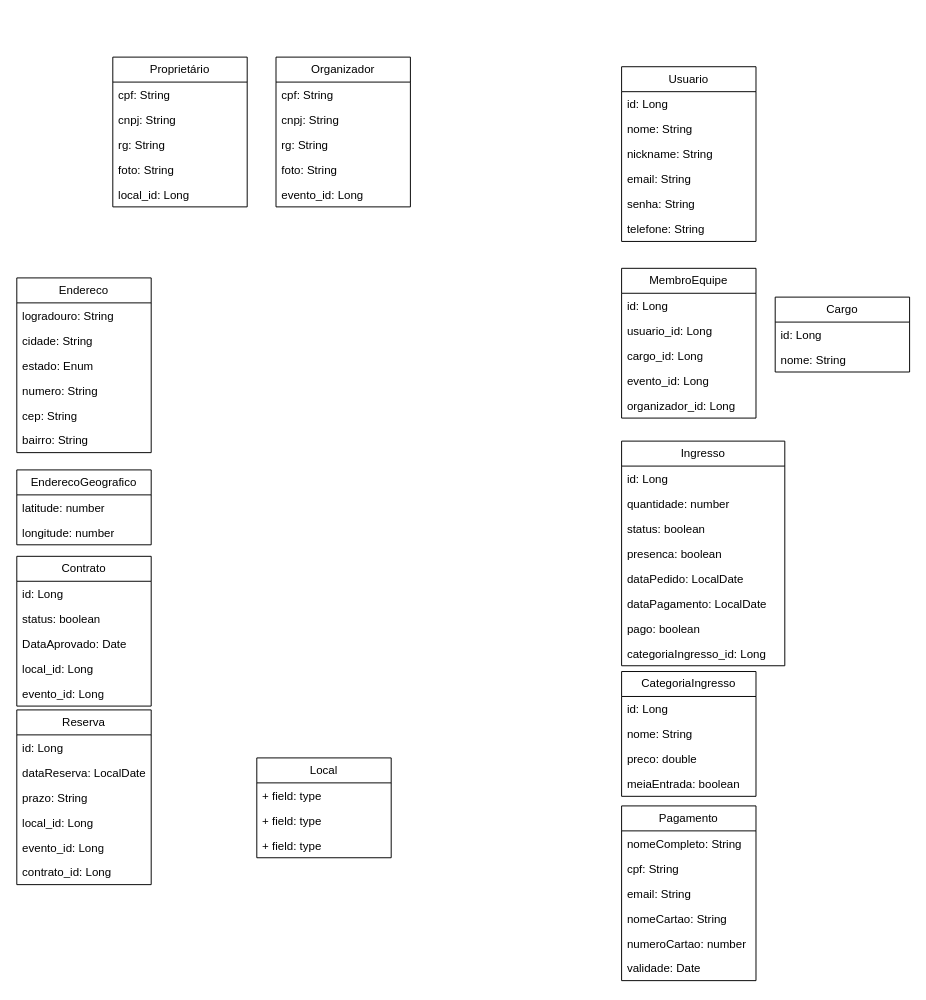
This is DiagramaDeClassesPokando.drawio from ChumeLabs-Pokando/Pokando, a draw.io file, before an edit. Source tidied: cells renumbered, new cells numbered last; positions are measured from the earlier drawing's top-left corner, leaving out a move shared by most shapes. Both pictures are drawn from the tidied source at 96%, with x=0, y=0 at pixel (16, 57).
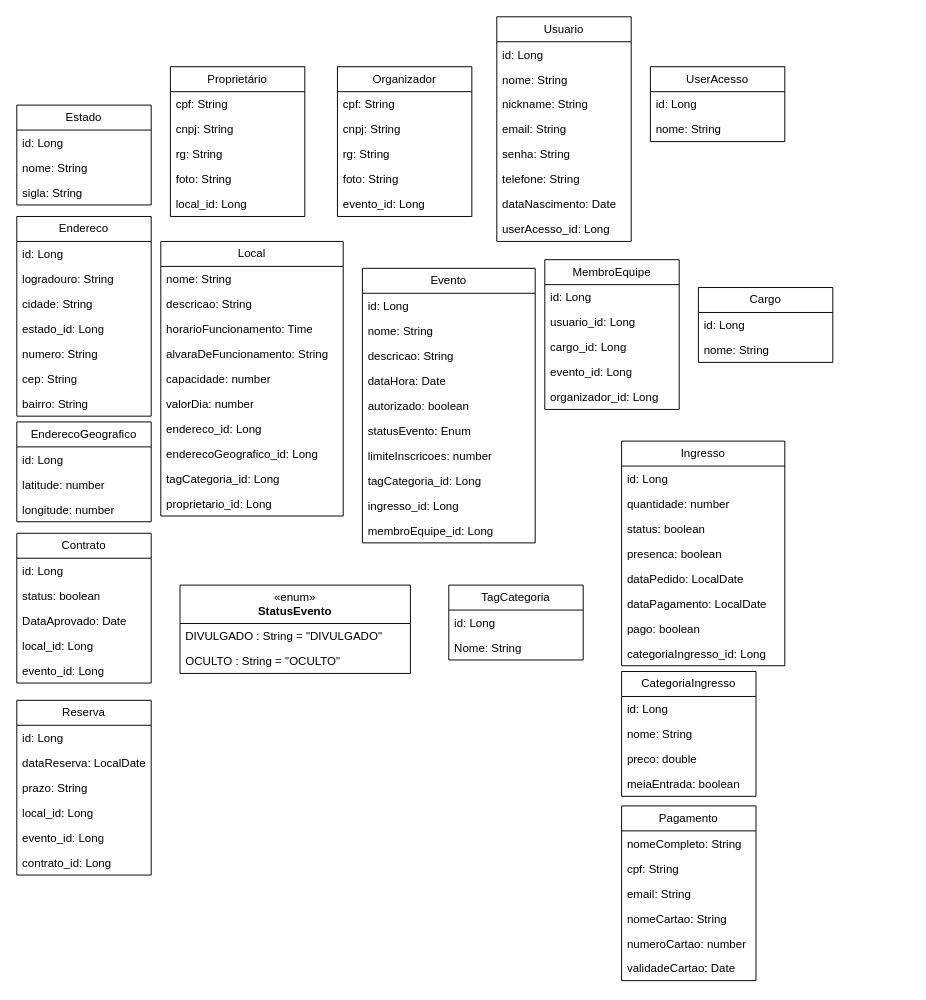
After the change.

Commit message:
Diagrama de Classes - Tabelas completas

The change refers to these unchanged cells:
```xml
<mxCell id="54" value="Pagamento" style="swimlane;fontStyle=0;horizontal=1;startSize=26;fillColor=none;whiteSpace=wrap;html=1;" parent="1" vertex="1">
  <mxGeometry x="630" y="780" width="140" height="182" as="geometry" />
</mxCell>
```

Change to the diagram source:
```diff
@@
     <mxCell id="2" value="Usuario" style="swimlane;fontStyle=0;horizontal=1;startSize=26;fillColor=none;whiteSpace=wrap;html=1;" parent="1" vertex="1">
-      <mxGeometry x="630" y="10" width="140" height="182" as="geometry" />
+      <mxGeometry x="500" y="-42" width="140" height="234" as="geometry" />
     </mxCell>
@@
+    <mxCell id="78" value="dataNascimento: Date" style="text;strokeColor=none;fillColor=none;align=left;verticalAlign=top;spacingLeft=4;spacingRight=4;overflow=hidden;whiteSpace=wrap;html=1;" parent="2" vertex="1">
+      <mxGeometry y="182" width="140" height="26" as="geometry" />
+    </mxCell>
+    <mxCell id="79" value="userAcesso_id: Long" style="text;strokeColor=none;fillColor=none;align=left;verticalAlign=top;spacingLeft=4;spacingRight=4;overflow=hidden;whiteSpace=wrap;html=1;" parent="2" vertex="1">
+      <mxGeometry y="208" width="140" height="26" as="geometry" />
+    </mxCell>
     <mxCell id="9" value="Proprietário" style="swimlane;fontStyle=0;horizontal=1;startSize=26;fillColor=none;whiteSpace=wrap;html=1;" parent="1" vertex="1">
-      <mxGeometry x="100" width="140" height="156" as="geometry" />
+      <mxGeometry x="160" y="10" width="140" height="156" as="geometry" />
     </mxCell>
@@
     <mxCell id="15" value="Organizador" style="swimlane;fontStyle=0;horizontal=1;startSize=26;fillColor=none;whiteSpace=wrap;html=1;" parent="1" vertex="1">
-      <mxGeometry x="270" width="140" height="156" as="geometry" />
+      <mxGeometry x="334" y="10" width="140" height="156" as="geometry" />
     </mxCell>
@@
     <mxCell id="21" value="Endereco" style="swimlane;fontStyle=0;horizontal=1;startSize=26;fillColor=none;whiteSpace=wrap;html=1;" parent="1" vertex="1">
-      <mxGeometry y="230" width="140" height="182" as="geometry" />
+      <mxGeometry y="166" width="140" height="208" as="geometry" />
     </mxCell>
+    <mxCell id="80" value="id: Long" style="text;strokeColor=none;fillColor=none;align=left;verticalAlign=top;spacingLeft=4;spacingRight=4;overflow=hidden;whiteSpace=wrap;html=1;" parent="21" vertex="1">
+      <mxGeometry y="26" width="140" height="26" as="geometry" />
+    </mxCell>
     <mxCell id="22" value="logradouro: String" style="text;strokeColor=none;fillColor=none;align=left;verticalAlign=top;spacingLeft=4;spacingRight=4;overflow=hidden;whiteSpace=wrap;html=1;" parent="21" vertex="1">
-      <mxGeometry y="26" width="140" height="26" as="geometry" />
+      <mxGeometry y="52" width="140" height="26" as="geometry" />
     </mxCell>
     <mxCell id="23" value="cidade: String" style="text;strokeColor=none;fillColor=none;align=left;verticalAlign=top;spacingLeft=4;spacingRight=4;overflow=hidden;whiteSpace=wrap;html=1;" parent="21" vertex="1">
-      <mxGeometry y="52" width="140" height="26" as="geometry" />
+      <mxGeometry y="78" width="140" height="26" as="geometry" />
     </mxCell>
-    <mxCell id="24" value="estado: Enum" style="text;strokeColor=none;fillColor=none;align=left;verticalAlign=top;spacingLeft=4;spacingRight=4;overflow=hidden;whiteSpace=wrap;html=1;" parent="21" vertex="1">
-      <mxGeometry y="78" width="140" height="26" as="geometry" />
+    <mxCell id="24" value="estado_id: Long" style="text;strokeColor=none;fillColor=none;align=left;verticalAlign=top;spacingLeft=4;spacingRight=4;overflow=hidden;whiteSpace=wrap;html=1;" parent="21" vertex="1">
+      <mxGeometry y="104" width="140" height="26" as="geometry" />
     </mxCell>
     <mxCell id="25" value="numero: String" style="text;strokeColor=none;fillColor=none;align=left;verticalAlign=top;spacingLeft=4;spacingRight=4;overflow=hidden;whiteSpace=wrap;html=1;" parent="21" vertex="1">
-      <mxGeometry y="104" width="140" height="26" as="geometry" />
+      <mxGeometry y="130" width="140" height="26" as="geometry" />
     </mxCell>
     <mxCell id="26" value="cep: String" style="text;strokeColor=none;fillColor=none;align=left;verticalAlign=top;spacingLeft=4;spacingRight=4;overflow=hidden;whiteSpace=wrap;html=1;" parent="21" vertex="1">
-      <mxGeometry y="130" width="140" height="26" as="geometry" />
+      <mxGeometry y="156" width="140" height="26" as="geometry" />
     </mxCell>
     <mxCell id="27" value="bairro: String" style="text;strokeColor=none;fillColor=none;align=left;verticalAlign=top;spacingLeft=4;spacingRight=4;overflow=hidden;whiteSpace=wrap;html=1;" parent="21" vertex="1">
-      <mxGeometry y="156" width="140" height="26" as="geometry" />
+      <mxGeometry y="182" width="140" height="26" as="geometry" />
     </mxCell>
     <mxCell id="28" value="EnderecoGeografico" style="swimlane;fontStyle=0;horizontal=1;startSize=26;fillColor=none;whiteSpace=wrap;html=1;" parent="1" vertex="1">
-      <mxGeometry y="430" width="140" height="78" as="geometry" />
+      <mxGeometry y="380" width="140" height="104" as="geometry" />
     </mxCell>
+    <mxCell id="81" value="id: Long" style="text;strokeColor=none;fillColor=none;align=left;verticalAlign=top;spacingLeft=4;spacingRight=4;overflow=hidden;whiteSpace=wrap;html=1;" parent="28" vertex="1">
+      <mxGeometry y="26" width="140" height="26" as="geometry" />
+    </mxCell>
     <mxCell id="29" value="latitude: number" style="text;strokeColor=none;fillColor=none;align=left;verticalAlign=top;spacingLeft=4;spacingRight=4;overflow=hidden;whiteSpace=wrap;html=1;" parent="28" vertex="1">
-      <mxGeometry y="26" width="140" height="26" as="geometry" />
+      <mxGeometry y="52" width="140" height="26" as="geometry" />
     </mxCell>
     <mxCell id="30" value="longitude: number" style="text;strokeColor=none;fillColor=none;align=left;verticalAlign=top;spacingLeft=4;spacingRight=4;overflow=hidden;whiteSpace=wrap;html=1;" parent="28" vertex="1">
-      <mxGeometry y="52" width="140" height="26" as="geometry" />
+      <mxGeometry y="78" width="140" height="26" as="geometry" />
     </mxCell>
     <mxCell id="31" value="MembroEquipe" style="swimlane;fontStyle=0;horizontal=1;startSize=26;fillColor=none;whiteSpace=wrap;html=1;" parent="1" vertex="1">
-      <mxGeometry x="630" y="220" width="140" height="156" as="geometry" />
+      <mxGeometry x="550" y="211" width="140" height="156" as="geometry" />
     </mxCell>
@@
     <mxCell id="37" value="Cargo" style="swimlane;fontStyle=0;horizontal=1;startSize=26;fillColor=none;whiteSpace=wrap;html=1;" parent="1" vertex="1">
-      <mxGeometry x="790" y="250" width="140" height="78" as="geometry" />
+      <mxGeometry x="710" y="240" width="140" height="78" as="geometry" />
     </mxCell>
@@
-    <mxCell id="60" value="validade: Date" style="text;strokeColor=none;fillColor=none;align=left;verticalAlign=top;spacingLeft=4;spacingRight=4;overflow=hidden;whiteSpace=wrap;html=1;" parent="54" vertex="1">
+    <mxCell id="60" value="validadeCartao: Date" style="text;strokeColor=none;fillColor=none;align=left;verticalAlign=top;spacingLeft=4;spacingRight=4;overflow=hidden;whiteSpace=wrap;html=1;" parent="54" vertex="1">
       <mxGeometry y="156" width="140" height="26" as="geometry" />
     </mxCell>
     <mxCell id="61" value="Contrato" style="swimlane;fontStyle=0;horizontal=1;startSize=26;fillColor=none;whiteSpace=wrap;html=1;" parent="1" vertex="1">
-      <mxGeometry y="520" width="140" height="156" as="geometry" />
+      <mxGeometry y="496" width="140" height="156" as="geometry" />
     </mxCell>
@@
     <mxCell id="67" value="Reserva" style="swimlane;fontStyle=0;horizontal=1;startSize=26;fillColor=none;whiteSpace=wrap;html=1;" parent="1" vertex="1">
-      <mxGeometry y="680" width="140" height="182" as="geometry" />
+      <mxGeometry y="670" width="140" height="182" as="geometry" />
     </mxCell>
@@
-    <mxCell id="74" value="Local" style="swimlane;fontStyle=0;horizontal=1;startSize=26;fillColor=none;whiteSpace=wrap;html=1;" parent="1" vertex="1">
-      <mxGeometry x="250" y="730" width="140" height="104" as="geometry" />
+    <mxCell id="74" value="Evento" style="swimlane;fontStyle=0;horizontal=1;startSize=26;fillColor=none;whiteSpace=wrap;html=1;" parent="1" vertex="1">
+      <mxGeometry x="360" y="220" width="180" height="286" as="geometry" />
     </mxCell>
+    <mxCell id="76" value="id: Long" style="text;strokeColor=none;fillColor=none;align=left;verticalAlign=top;spacingLeft=4;spacingRight=4;overflow=hidden;whiteSpace=wrap;html=1;" parent="74" vertex="1">
+      <mxGeometry y="26" width="180" height="26" as="geometry" />
+    </mxCell>
-    <mxCell id="75" value="+ field: type" style="text;strokeColor=none;fillColor=none;align=left;verticalAlign=top;spacingLeft=4;spacingRight=4;overflow=hidden;whiteSpace=wrap;html=1;" parent="74" vertex="1">
-      <mxGeometry y="26" width="140" height="26" as="geometry" />
+    <mxCell id="75" value="nome: String" style="text;strokeColor=none;fillColor=none;align=left;verticalAlign=top;spacingLeft=4;spacingRight=4;overflow=hidden;whiteSpace=wrap;html=1;" parent="74" vertex="1">
+      <mxGeometry y="52" width="180" height="26" as="geometry" />
     </mxCell>
-    <mxCell id="76" value="+ field: type" style="text;strokeColor=none;fillColor=none;align=left;verticalAlign=top;spacingLeft=4;spacingRight=4;overflow=hidden;whiteSpace=wrap;html=1;" parent="74" vertex="1">
-      <mxGeometry y="52" width="140" height="26" as="geometry" />
-    </mxCell>
-    <mxCell id="77" value="+ field: type" style="text;strokeColor=none;fillColor=none;align=left;verticalAlign=top;spacingLeft=4;spacingRight=4;overflow=hidden;whiteSpace=wrap;html=1;" parent="74" vertex="1">
-      <mxGeometry y="78" width="140" height="26" as="geometry" />
+    <mxCell id="77" value="descricao: String&lt;div&gt;&lt;br&gt;&lt;/div&gt;" style="text;strokeColor=none;fillColor=none;align=left;verticalAlign=top;spacingLeft=4;spacingRight=4;overflow=hidden;whiteSpace=wrap;html=1;" parent="74" vertex="1">
+      <mxGeometry y="78" width="180" height="26" as="geometry" />
     </mxCell>
+    <mxCell id="82" value="&lt;div&gt;dataHora: Date&lt;/div&gt;" style="text;strokeColor=none;fillColor=none;align=left;verticalAlign=top;spacingLeft=4;spacingRight=4;overflow=hidden;whiteSpace=wrap;html=1;" parent="74" vertex="1">
+      <mxGeometry y="104" width="180" height="26" as="geometry" />
+    </mxCell>
+    <mxCell id="83" value="&lt;div&gt;autorizado: boolean&lt;/div&gt;" style="text;strokeColor=none;fillColor=none;align=left;verticalAlign=top;spacingLeft=4;spacingRight=4;overflow=hidden;whiteSpace=wrap;html=1;" parent="74" vertex="1">
+      <mxGeometry y="130" width="180" height="26" as="geometry" />
+    </mxCell>
+    <mxCell id="84" value="&lt;div&gt;statusEvento: Enum&lt;/div&gt;" style="text;strokeColor=none;fillColor=none;align=left;verticalAlign=top;spacingLeft=4;spacingRight=4;overflow=hidden;whiteSpace=wrap;html=1;" parent="74" vertex="1">
+      <mxGeometry y="156" width="180" height="26" as="geometry" />
+    </mxCell>
+    <mxCell id="85" value="limiteInscricoes: number" style="text;strokeColor=none;fillColor=none;align=left;verticalAlign=top;spacingLeft=4;spacingRight=4;overflow=hidden;whiteSpace=wrap;html=1;" parent="74" vertex="1">
+      <mxGeometry y="182" width="180" height="26" as="geometry" />
+    </mxCell>
+    <mxCell id="86" value="tagCategoria_id: Long&lt;div&gt;&lt;br&gt;&lt;/div&gt;" style="text;strokeColor=none;fillColor=none;align=left;verticalAlign=top;spacingLeft=4;spacingRight=4;overflow=hidden;whiteSpace=wrap;html=1;" parent="74" vertex="1">
+      <mxGeometry y="208" width="180" height="26" as="geometry" />
+    </mxCell>
+    <mxCell id="87" value="&lt;div&gt;ingresso_id: Long&lt;/div&gt;" style="text;strokeColor=none;fillColor=none;align=left;verticalAlign=top;spacingLeft=4;spacingRight=4;overflow=hidden;whiteSpace=wrap;html=1;" parent="74" vertex="1">
+      <mxGeometry y="234" width="180" height="26" as="geometry" />
+    </mxCell>
+    <mxCell id="88" value="&lt;div&gt;membroEquipe_id: Long&lt;/div&gt;" style="text;strokeColor=none;fillColor=none;align=left;verticalAlign=top;spacingLeft=4;spacingRight=4;overflow=hidden;whiteSpace=wrap;html=1;" parent="74" vertex="1">
+      <mxGeometry y="260" width="180" height="26" as="geometry" />
+    </mxCell>
+    <mxCell id="89" value="Local" style="swimlane;fontStyle=0;horizontal=1;startSize=26;fillColor=none;whiteSpace=wrap;html=1;" parent="1" vertex="1">
+      <mxGeometry x="150" y="192" width="190" height="286" as="geometry" />
+    </mxCell>
+    <mxCell id="90" value="nome: String" style="text;strokeColor=none;fillColor=none;align=left;verticalAlign=top;spacingLeft=4;spacingRight=4;overflow=hidden;whiteSpace=wrap;html=1;" parent="89" vertex="1">
+      <mxGeometry y="26" width="190" height="26" as="geometry" />
+    </mxCell>
+    <mxCell id="91" value="descricao: String" style="text;strokeColor=none;fillColor=none;align=left;verticalAlign=top;spacingLeft=4;spacingRight=4;overflow=hidden;whiteSpace=wrap;html=1;" parent="89" vertex="1">
+      <mxGeometry y="52" width="190" height="26" as="geometry" />
+    </mxCell>
+    <mxCell id="92" value="horarioFuncionamento: Time" style="text;strokeColor=none;fillColor=none;align=left;verticalAlign=top;spacingLeft=4;spacingRight=4;overflow=hidden;whiteSpace=wrap;html=1;" parent="89" vertex="1">
+      <mxGeometry y="78" width="190" height="26" as="geometry" />
+    </mxCell>
+    <mxCell id="93" value="alvaraDeFuncionamento: String" style="text;strokeColor=none;fillColor=none;align=left;verticalAlign=top;spacingLeft=4;spacingRight=4;overflow=hidden;whiteSpace=wrap;html=1;" parent="89" vertex="1">
+      <mxGeometry y="104" width="190" height="26" as="geometry" />
+    </mxCell>
+    <mxCell id="94" value="capacidade: number" style="text;strokeColor=none;fillColor=none;align=left;verticalAlign=top;spacingLeft=4;spacingRight=4;overflow=hidden;whiteSpace=wrap;html=1;" parent="89" vertex="1">
+      <mxGeometry y="130" width="190" height="26" as="geometry" />
+    </mxCell>
+    <mxCell id="95" value="valorDia: number" style="text;strokeColor=none;fillColor=none;align=left;verticalAlign=top;spacingLeft=4;spacingRight=4;overflow=hidden;whiteSpace=wrap;html=1;" parent="89" vertex="1">
+      <mxGeometry y="156" width="190" height="26" as="geometry" />
+    </mxCell>
+    <mxCell id="96" value="endereco_id: Long" style="text;strokeColor=none;fillColor=none;align=left;verticalAlign=top;spacingLeft=4;spacingRight=4;overflow=hidden;whiteSpace=wrap;html=1;" parent="89" vertex="1">
+      <mxGeometry y="182" width="190" height="26" as="geometry" />
+    </mxCell>
+    <mxCell id="97" value="enderecoGeografico_id: Long" style="text;strokeColor=none;fillColor=none;align=left;verticalAlign=top;spacingLeft=4;spacingRight=4;overflow=hidden;whiteSpace=wrap;html=1;" parent="89" vertex="1">
+      <mxGeometry y="208" width="190" height="26" as="geometry" />
+    </mxCell>
+    <mxCell id="98" value="tagCategoria_id: Long&lt;div&gt;&lt;br&gt;&lt;/div&gt;" style="text;strokeColor=none;fillColor=none;align=left;verticalAlign=top;spacingLeft=4;spacingRight=4;overflow=hidden;whiteSpace=wrap;html=1;" parent="89" vertex="1">
+      <mxGeometry y="234" width="190" height="26" as="geometry" />
+    </mxCell>
+    <mxCell id="99" value="proprietario_id: Long" style="text;strokeColor=none;fillColor=none;align=left;verticalAlign=top;spacingLeft=4;spacingRight=4;overflow=hidden;whiteSpace=wrap;html=1;" parent="89" vertex="1">
+      <mxGeometry y="260" width="190" height="26" as="geometry" />
+    </mxCell>
+    <mxCell id="100" value="TagCategoria" style="swimlane;fontStyle=0;horizontal=1;startSize=26;fillColor=none;whiteSpace=wrap;html=1;" parent="1" vertex="1">
+      <mxGeometry x="450" y="550" width="140" height="78" as="geometry" />
+    </mxCell>
+    <mxCell id="101" value="id: Long" style="text;strokeColor=none;fillColor=none;align=left;verticalAlign=top;spacingLeft=4;spacingRight=4;overflow=hidden;whiteSpace=wrap;html=1;" parent="100" vertex="1">
+      <mxGeometry y="26" width="140" height="26" as="geometry" />
+    </mxCell>
+    <mxCell id="102" value="Nome: String" style="text;strokeColor=none;fillColor=none;align=left;verticalAlign=top;spacingLeft=4;spacingRight=4;overflow=hidden;whiteSpace=wrap;html=1;" parent="100" vertex="1">
+      <mxGeometry y="52" width="140" height="26" as="geometry" />
+    </mxCell>
+    <mxCell id="103" value="«enum»&lt;br&gt;&lt;b&gt;StatusEvento&lt;/b&gt;" style="swimlane;fontStyle=0;horizontal=1;startSize=40;fillColor=none;whiteSpace=wrap;html=1;" parent="1" vertex="1">
+      <mxGeometry x="170" y="550" width="240" height="92" as="geometry" />
+    </mxCell>
+    <mxCell id="104" value="DIVULGADO : String = &quot;DIVULGADO&quot;" style="text;strokeColor=none;fillColor=none;align=left;verticalAlign=top;spacingLeft=4;spacingRight=4;overflow=hidden;whiteSpace=wrap;html=1;" parent="103" vertex="1">
+      <mxGeometry y="40" width="240" height="26" as="geometry" />
+    </mxCell>
+    <mxCell id="105" value="OCULTO : String = &quot;OCULTO&quot;&lt;div&gt;&lt;br/&gt;&lt;/div&gt;" style="text;strokeColor=none;fillColor=none;align=left;verticalAlign=top;spacingLeft=4;spacingRight=4;overflow=hidden;whiteSpace=wrap;html=1;" parent="103" vertex="1">
+      <mxGeometry y="66" width="240" height="26" as="geometry" />
+    </mxCell>
+    <mxCell id="106" value="UserAcesso" style="swimlane;fontStyle=0;horizontal=1;startSize=26;fillColor=none;whiteSpace=wrap;html=1;" parent="1" vertex="1">
+      <mxGeometry x="660" y="10" width="140" height="78" as="geometry" />
+    </mxCell>
+    <mxCell id="107" value="id: Long" style="text;strokeColor=none;fillColor=none;align=left;verticalAlign=top;spacingLeft=4;spacingRight=4;overflow=hidden;whiteSpace=wrap;html=1;" parent="106" vertex="1">
+      <mxGeometry y="26" width="140" height="26" as="geometry" />
+    </mxCell>
+    <mxCell id="108" value="nome: String" style="text;strokeColor=none;fillColor=none;align=left;verticalAlign=top;spacingLeft=4;spacingRight=4;overflow=hidden;whiteSpace=wrap;html=1;" parent="106" vertex="1">
+      <mxGeometry y="52" width="140" height="26" as="geometry" />
+    </mxCell>
+    <mxCell id="109" value="Estado" style="swimlane;fontStyle=0;horizontal=1;startSize=26;fillColor=none;whiteSpace=wrap;html=1;" parent="1" vertex="1">
+      <mxGeometry y="50" width="140" height="104" as="geometry" />
+    </mxCell>
+    <mxCell id="110" value="id: Long" style="text;strokeColor=none;fillColor=none;align=left;verticalAlign=top;spacingLeft=4;spacingRight=4;overflow=hidden;whiteSpace=wrap;html=1;" parent="109" vertex="1">
+      <mxGeometry y="26" width="140" height="26" as="geometry" />
+    </mxCell>
+    <mxCell id="111" value="nome: String" style="text;strokeColor=none;fillColor=none;align=left;verticalAlign=top;spacingLeft=4;spacingRight=4;overflow=hidden;whiteSpace=wrap;html=1;" parent="109" vertex="1">
+      <mxGeometry y="52" width="140" height="26" as="geometry" />
+    </mxCell>
+    <mxCell id="112" value="sigla: String" style="text;strokeColor=none;fillColor=none;align=left;verticalAlign=top;spacingLeft=4;spacingRight=4;overflow=hidden;whiteSpace=wrap;html=1;" parent="109" vertex="1">
+      <mxGeometry y="78" width="140" height="26" as="geometry" />
+    </mxCell>
```
